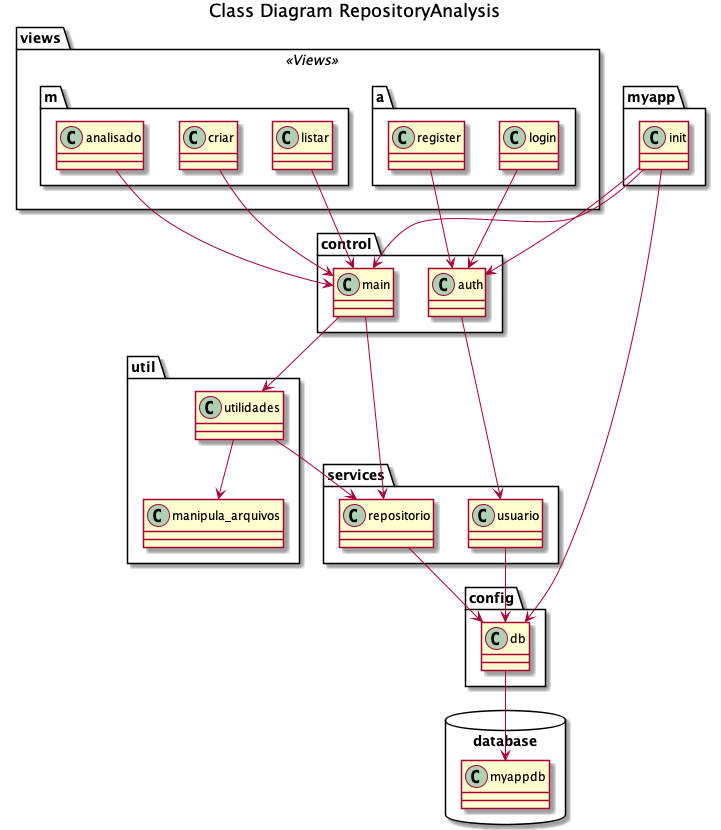
myplayareas/ppc keeps this PlantUML diagram as out/docs/architecture_overview/Class Diagram RepositoryAnalysis.png. Above is the earlier version.
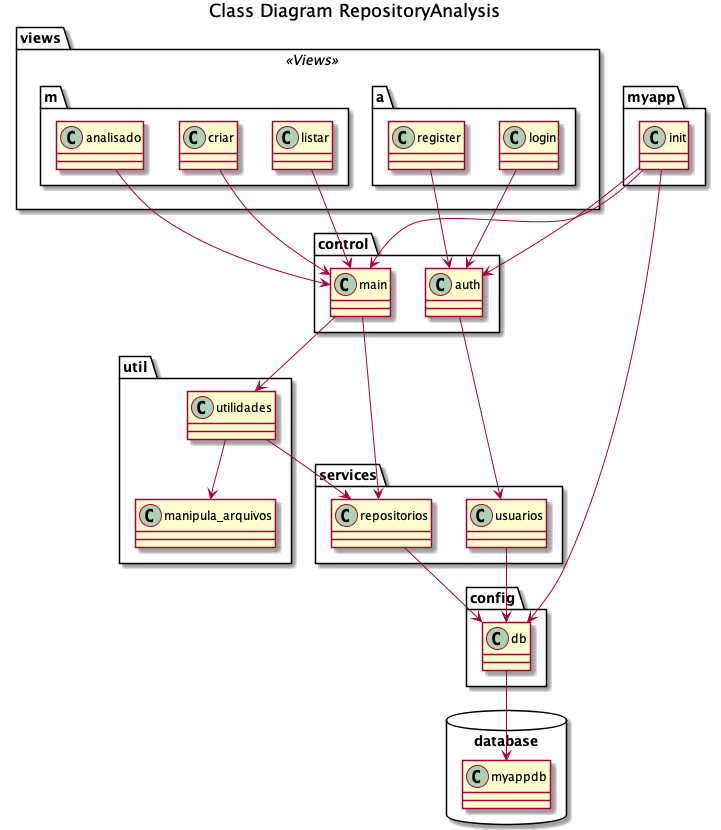
After the change.

Change to the diagram source:
```diff
@@ -1,5 +1,4 @@
 @startuml
-
 title Class Diagram RepositoryAnalysis
 
 package myapp <<Folder>> {
@@ -17,8 +16,8 @@
 }
 
 package services <<Folder>> {
-  class repositorio
-  class usuario
+  class repositorios
+  class usuarios
 }
 
 package config <<Folder>> {
@@ -47,13 +46,13 @@
 init --> main
 init --> auth
 db --> myappdb
-main --> repositorio
-repositorio --> db
+main --> repositorios
+repositorios --> db
 main --> utilidades
 utilidades --> manipula_arquivos
-utilidades --> repositorio
-auth --> usuario
-usuario --> db
+utilidades --> repositorios
+auth --> usuarios
+usuarios --> db
 listar --> main
 criar --> main
 analisado --> main
```
